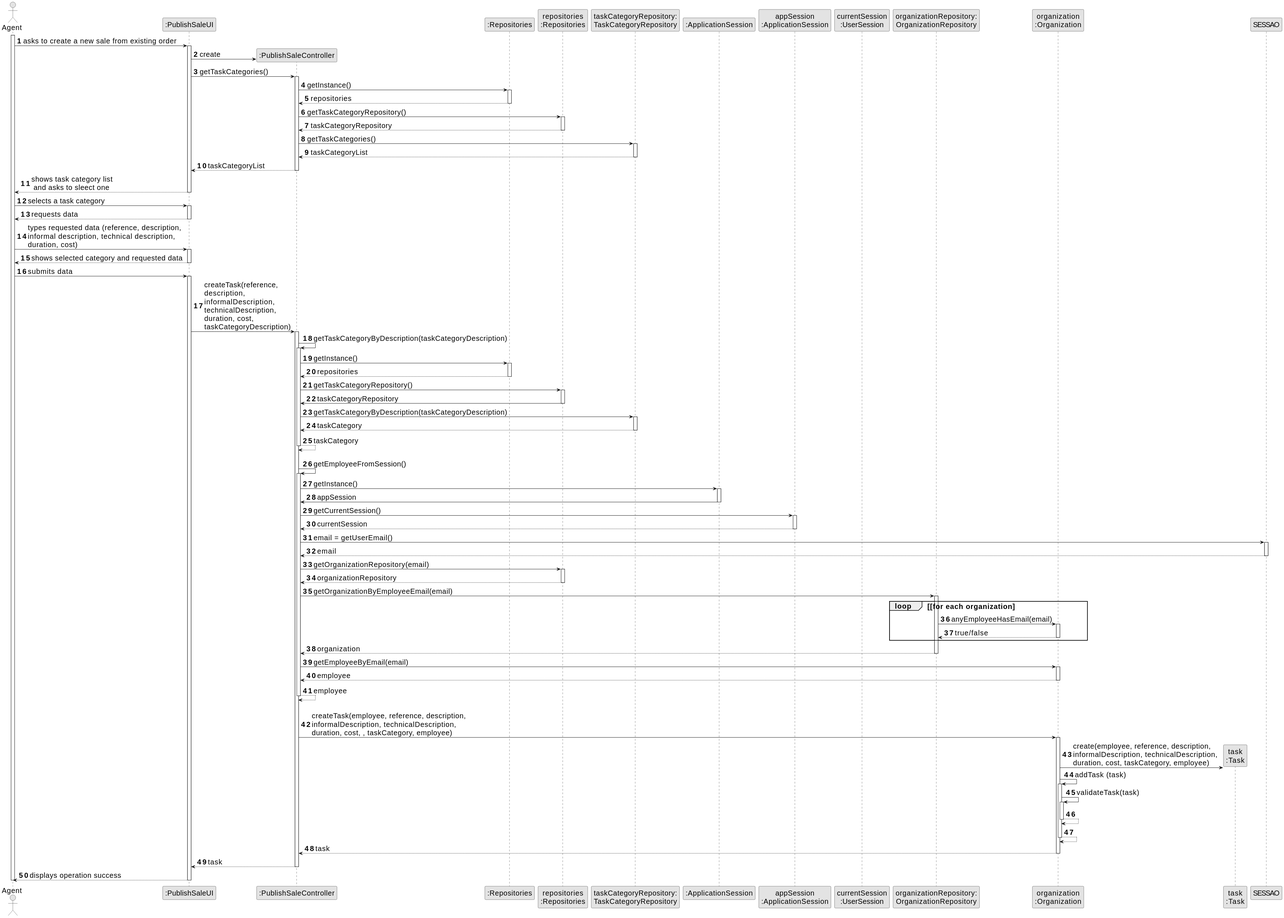
The PlantUML diagram docs/sprintB/us002/03.design/svg/us002-sequence-diagram-full.svg in Goncalves2525/real-estate-management-system, before a commit.
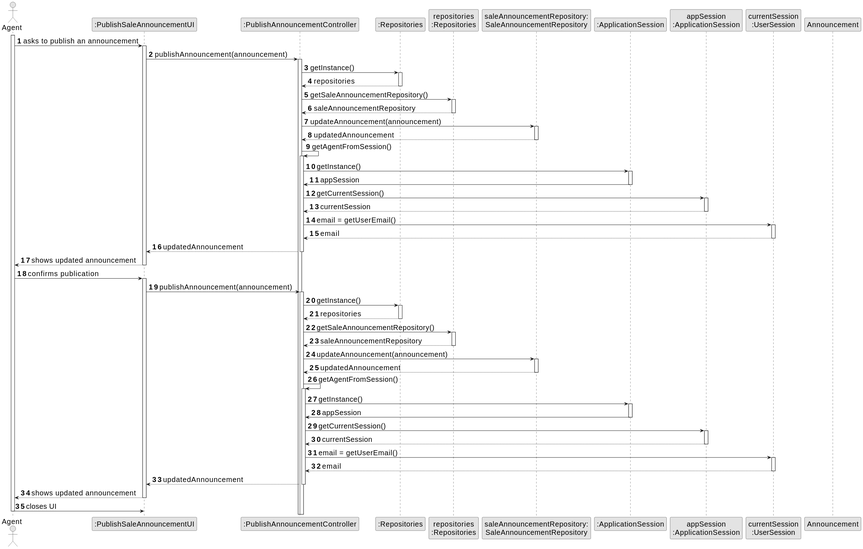
After the commit.

What changed in the source:
```diff
@@ -6,172 +6,123 @@
 
 autonumber
 
-actor "Agent" as AGT
-participant ":PublishSaleUI" as UI
-participant ":PublishSaleController" as CTRL
+actor "Agent" as AGENT
+participant ":PublishSaleAnnouncementUI" as UI
+participant ":PublishAnnouncementController" as CTRL
 participant ":Repositories" as RepositorySingleton
 participant "repositories\n:Repositories" as PLAT
-participant "taskCategoryRepository:\nTaskCategoryRepository" as TaskCategoryRepository
+participant "saleAnnouncementRepository:\nSaleAnnouncementRepository" as SaleAnnouncementRepository
 participant ":ApplicationSession" as _APP
 participant "appSession\n:ApplicationSession" as APP
 participant "currentSession\n:UserSession" as SESSION
-participant "organizationRepository:\nOrganizationRepository" as OrganizationRepository
-participant "organization\n:Organization" as ORG
-participant "task\n:Task" as TAREFA
+participant "Announcement" as ANN
 
-activate AGT
+activate AGENT
 
-        AGT -> UI : asks to create a new sale from existing order
+AGENT -> UI : asks to publish an announcement
 
-        activate UI
+activate UI
 
-            UI -> CTRL** : create
+    UI -> CTRL : publishAnnouncement(announcement)
+    activate CTRL
 
-            UI -> CTRL : getTaskCategories()
-            activate CTRL
+        CTRL -> RepositorySingleton : getInstance()
+        activate RepositorySingleton
 
-                CTRL -> RepositorySingleton : getInstance()
-                activate RepositorySingleton
+            RepositorySingleton --> CTRL: repositories
+        deactivate RepositorySingleton
 
-                    RepositorySingleton --> CTRL: repositories
-                deactivate RepositorySingleton
+        CTRL -> PLAT : getSaleAnnouncementRepository()
+        activate PLAT
 
-                CTRL -> PLAT : getTaskCategoryRepository()
-                activate PLAT
+            PLAT --> CTRL: saleAnnouncementRepository
+        deactivate PLAT
 
-                    PLAT --> CTRL: taskCategoryRepository
-                deactivate PLAT
+        CTRL -> SaleAnnouncementRepository : updateAnnouncement(announcement)
+        activate SaleAnnouncementRepository
 
-                CTRL -> TaskCategoryRepository : getTaskCategories()
-                activate TaskCategoryRepository
+            SaleAnnouncementRepository --> CTRL : updatedAnnouncement
+        deactivate SaleAnnouncementRepository
 
-                    TaskCategoryRepository --> CTRL : taskCategoryList
-                deactivate TaskCategoryRepository
-
-                CTRL --> UI : taskCategoryList
-            deactivate CTRL
-
-            UI --> AGT : shows task category list\n and asks to sleect one
-        deactivate UI
-
-    AGT -> UI : selects a task category
-    activate UI
-
-        UI --> AGT : requests data
-    deactivate UI
-
-    AGT -> UI : types requested data (reference, description, \ninformal description, technical description,\nduration, cost)
-    activate UI
-
-        UI --> AGT : shows selected category and requested data
-    deactivate UI
-
-    AGT -> UI : submits data
-    activate UI
-
-        UI -> CTRL : createTask(reference,\ndescription,\ninformalDescription,\ntechnicalDescription,\nduration, cost,\ntaskCategoryDescription)
+        CTRL -> CTRL : getAgentFromSession()
         activate CTRL
 
-            CTRL -> CTRL : getTaskCategoryByDescription(taskCategoryDescription)
-            activate CTRL
+            CTRL -> _APP: getInstance()
+            activate _APP
+                _APP -> CTRL: appSession
+            deactivate _APP
 
-                CTRL -> RepositorySingleton : getInstance()
-                activate RepositorySingleton
+            CTRL -> APP: getCurrentSession()
+            activate APP
 
-                    RepositorySingleton --> CTRL: repositories
-                deactivate RepositorySingleton
+                APP --> CTRL: currentSession
+            deactivate APP
 
-                CTRL -> PLAT : getTaskCategoryRepository()
-                activate PLAT
+            CTRL -> SESSION: email = getUserEmail()
+            activate SESSION
 
-                    PLAT -> CTRL : taskCategoryRepository
-                deactivate PLAT
+                SESSION --> CTRL: email
+            deactivate SESSION
 
-                CTRL -> TaskCategoryRepository : getTaskCategoryByDescription(taskCategoryDescription)
-                activate TaskCategoryRepository
+        CTRL --> UI : updatedAnnouncement
 
-                    TaskCategoryRepository --> CTRL : taskCategory
-                deactivate TaskCategoryRepository
-                    CTRL --> CTRL : taskCategory
-            deactivate CTRL
+    deactivate CTRL
 
-            |||
-            CTRL -> CTRL : getEmployeeFromSession()
-            activate CTRL
+    UI --> AGENT : shows updated announcement
+deactivate UI
 
-                CTRL -> _APP: getInstance()
-                activate _APP
-                    _APP -> CTRL: appSession
-                deactivate _APP
+AGENT -> UI : confirms publication
+activate UI
 
+    UI -> CTRL : publishAnnouncement(announcement)
+    activate CTRL
 
-                CTRL -> APP: getCurrentSession()
-                activate APP
+        CTRL -> RepositorySingleton : getInstance()
+        activate RepositorySingleton
 
-                    APP --> CTRL: currentSession
-                deactivate APP
+            RepositorySingleton --> CTRL: repositories
+        deactivate RepositorySingleton
 
-                CTRL -> SESSAO: email = getUserEmail()
-                activate SESSAO
+        CTRL -> PLAT : getSaleAnnouncementRepository()
+        activate PLAT
 
-                    SESSAO --> CTRL: email
-                deactivate SESSAO
+            PLAT --> CTRL: saleAnnouncementRepository
+        deactivate PLAT
 
+        CTRL -> SaleAnnouncementRepository : updateAnnouncement(announcement)
+        activate SaleAnnouncementRepository
 
-                CTRL -> PLAT: getOrganizationRepository(email)
-                activate PLAT
+            SaleAnnouncementRepository --> CTRL : updatedAnnouncement
+        deactivate SaleAnnouncementRepository
 
-                    PLAT --> CTRL: organizationRepository
-                deactivate PLAT
+        CTRL -> CTRL : getAgentFromSession()
+        activate CTRL
 
+            CTRL -> _APP: getInstance()
+            activate _APP
+                _APP -> CTRL: appSession
+            deactivate _APP
 
-                CTRL -> OrganizationRepository: getOrganizationByEmployeeEmail(email)
-                activate OrganizationRepository
+            CTRL -> APP: getCurrentSession()
+            activate APP
 
-                    loop [for each organization
-                        OrganizationRepository -> ORG : anyEmployeeHasEmail(email)
-                        activate ORG
+                APP --> CTRL: currentSession
+            deactivate APP
 
-                             ORG --> OrganizationRepository : true/false
-                        deactivate ORG
-                    end
-                    OrganizationRepository --> CTRL : organization
-                deactivate OrganizationRepository
+            CTRL -> SESSION: email = getUserEmail()
+            activate SESSION
 
-                CTRL -> ORG: getEmployeeByEmail(email)
-                activate ORG
+                SESSION --> CTRL: email
+            deactivate SESSION
 
-                    ORG --> CTRL : employee
-                deactivate ORG
+        CTRL --> UI : updatedAnnouncement
 
-                CTRL --> CTRL : employee
-            deactivate CTRL
+    deactivate CTRL
 
-            |||
-            CTRL -> ORG: createTask(employee, reference, description,\ninformalDescription, technicalDescription,\nduration, cost, , taskCategory, employee)
-            activate ORG
+    UI --> AGENT : shows updated announcement
+deactivate UI
 
-                ORG -> TAREFA**: create(employee, reference, description,\ninformalDescription, technicalDescription,\nduration, cost, taskCategory, employee)
-                ORG -> ORG: addTask (task)
-
-
-                activate ORG
-                    ORG -> ORG: validateTask(task)
-                    activate ORG
-                        ORG --> ORG
-                    deactivate ORG
-
-                    ORG --> ORG
-                deactivate ORG
-
-                ORG --> CTRL : task
-
-            deactivate ORG
-
-            CTRL --> UI: task
-            deactivate CTRL
-            UI --> AGT: displays operation success
-    deactivate UI
-
-deactivate AGT
+AGENT -> UI : closes UI
+deactivate AGENT
+deactivate UI
 @enduml
```
